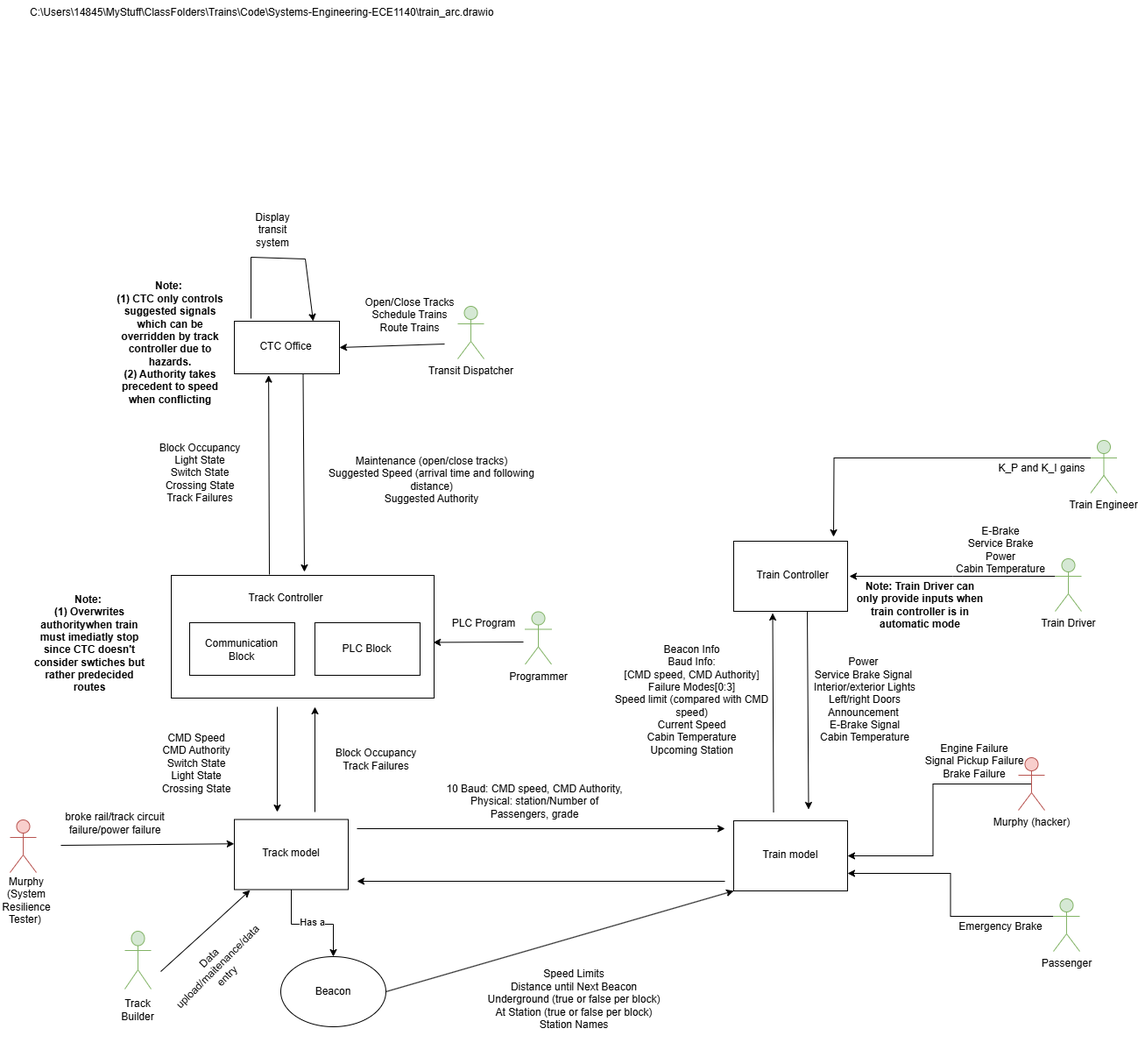
This is Architecture_Group3.png from lao57/Systems-Engineering-ECE1140, a draw.io export, as it was before one commit. Source tidied: cells renumbered, new cells last; positions are measured from the earlier drawing's top-left corner, leaving out a move shared by most shapes.
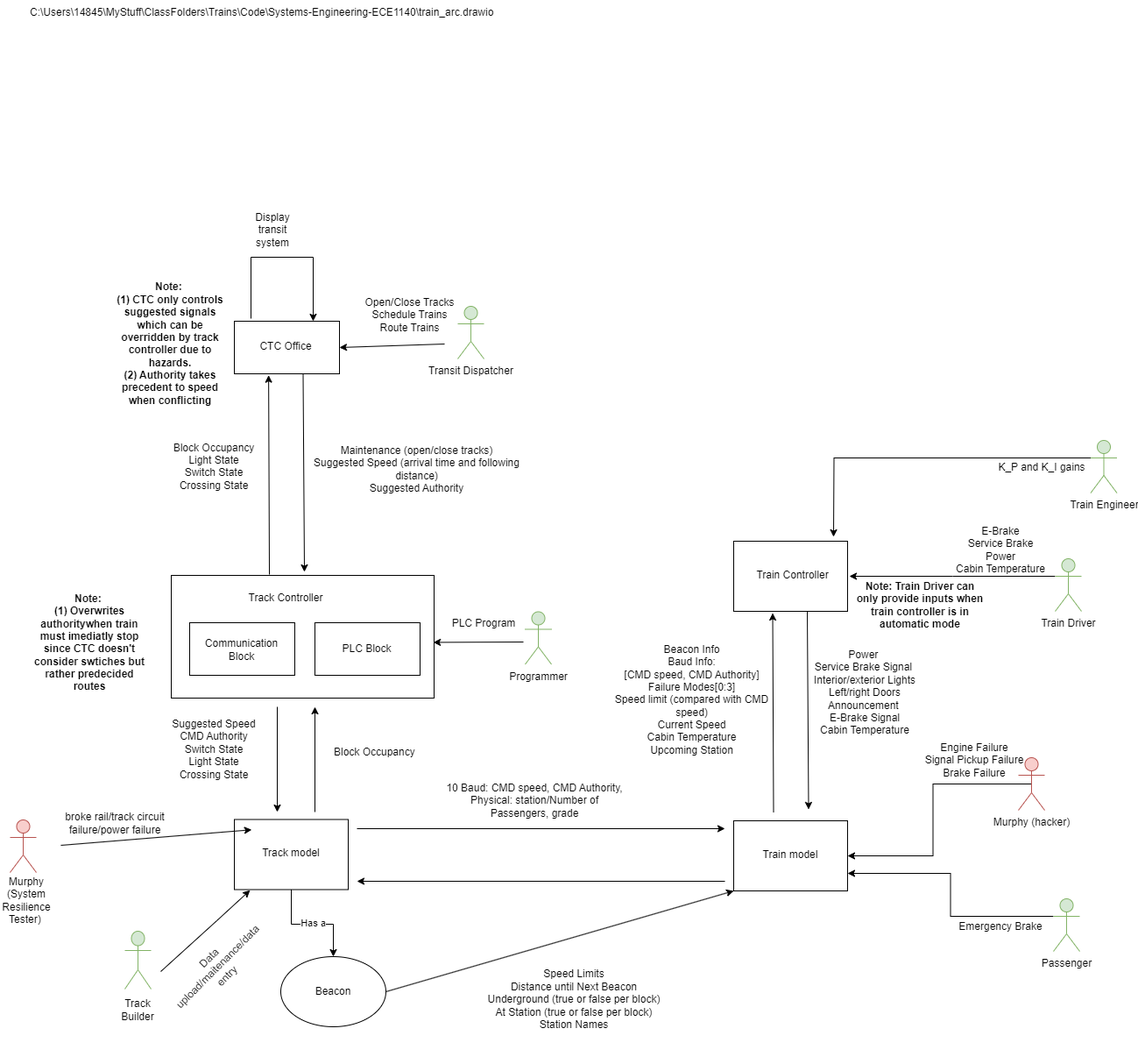
After the commit.

Change to the diagram source:
```diff
@@ -1,4 +1,4 @@
-<mxGraphModel>
+<mxGraphModel background="#ffffff">
   <root>
     <mxCell id="0" />
     <mxCell id="1" parent="0" />
@@ -122,20 +122,20 @@
     <mxCell id="31" value="&lt;div&gt;Beacon Info&lt;/div&gt;&lt;div&gt;Baud Info:&lt;/div&gt;&lt;div&gt;[&lt;span style=&quot;background-color: transparent; color: light-dark(rgb(0, 0, 0), rgb(255, 255, 255));&quot;&gt;CMD speed, CMD Authority]&lt;/span&gt;&lt;/div&gt;&lt;div&gt;Failure Modes[0:3]&lt;/div&gt;&lt;div&gt;Speed limit (compared with CMD speed)&lt;/div&gt;&lt;div&gt;&lt;span style=&quot;background-color: transparent; color: light-dark(rgb(0, 0, 0), rgb(255, 255, 255));&quot;&gt;Current Speed&lt;/span&gt;&lt;/div&gt;&lt;div&gt;Cabin Temperature&lt;span style=&quot;background-color: transparent; color: light-dark(rgb(0, 0, 0), rgb(255, 255, 255));&quot;&gt;&lt;/span&gt;&lt;/div&gt;Upcoming Station" style="text;html=1;align=center;verticalAlign=middle;whiteSpace=wrap;rounded=0;" parent="1" vertex="1">
       <mxGeometry x="694" y="730" width="191" height="136" as="geometry" />
     </mxCell>
-    <mxCell id="32" value="Power&amp;nbsp;&lt;div&gt;Service Brake Signal&amp;nbsp;&lt;/div&gt;&lt;div&gt;Interior/exterior Lights&lt;/div&gt;&lt;div&gt;Left/right Doors&lt;/div&gt;&lt;div&gt;Announcement&amp;nbsp;&lt;/div&gt;&lt;div&gt;E-Brake Signal&lt;/div&gt;&lt;div&gt;Cabin Temperature&lt;/div&gt;" style="text;html=1;align=center;verticalAlign=middle;whiteSpace=wrap;rounded=0;" parent="1" vertex="1">
+    <mxCell id="32" value="Power&amp;nbsp;&lt;div&gt;Service Brake Signal&amp;nbsp;&lt;/div&gt;&lt;div&gt;Interior/exterior Lights&lt;/div&gt;&lt;div&gt;Left/right Doors&lt;/div&gt;&lt;div&gt;Announcement&amp;nbsp;&lt;/div&gt;&lt;div&gt;E-Brake Signal&lt;/div&gt;&lt;div&gt;Cabin Temperature&lt;/div&gt;&lt;div&gt;&lt;br&gt;&lt;/div&gt;" style="text;html=1;align=center;verticalAlign=middle;whiteSpace=wrap;rounded=0;" parent="1" vertex="1">
       <mxGeometry x="912" y="739" width="150" height="117" as="geometry" />
     </mxCell>
     <mxCell id="33" value="Maintenance (open/close tracks)&lt;div&gt;Suggested Speed (arrival time and following distance)&lt;/div&gt;&lt;div&gt;&lt;span style=&quot;background-color: transparent; color: light-dark(rgb(0, 0, 0), rgb(255, 255, 255));&quot;&gt;Suggested Authority&lt;/span&gt;&lt;/div&gt;&lt;div&gt;&lt;br&gt;&lt;/div&gt;&lt;div&gt;&lt;br&gt;&lt;/div&gt;&lt;div&gt;&lt;br&gt;&lt;/div&gt;&lt;div&gt;&lt;br&gt;&lt;/div&gt;" style="text;html=1;align=center;verticalAlign=middle;whiteSpace=wrap;rounded=0;" parent="1" vertex="1">
-      <mxGeometry x="356" y="463" width="273" height="226" as="geometry" />
+      <mxGeometry x="339" y="451" width="273" height="226" as="geometry" />
     </mxCell>
-    <mxCell id="34" value="Block Occupancy&lt;div&gt;Light State&lt;/div&gt;&lt;div&gt;Switch State&lt;/div&gt;&lt;div&gt;Crossing State&lt;/div&gt;&lt;div&gt;Track Failures&lt;/div&gt;" style="text;html=1;align=center;verticalAlign=middle;whiteSpace=wrap;rounded=0;" parent="1" vertex="1">
-      <mxGeometry x="177" y="434" width="102" height="209" as="geometry" />
+    <mxCell id="34" value="Block Occupancy&lt;div&gt;Light State&lt;/div&gt;&lt;div&gt;Switch State&lt;/div&gt;&lt;div&gt;Crossing State&lt;/div&gt;&lt;div&gt;&lt;br&gt;&lt;/div&gt;" style="text;html=1;align=center;verticalAlign=middle;whiteSpace=wrap;rounded=0;" parent="1" vertex="1">
+      <mxGeometry x="177" y="434" width="134" height="209" as="geometry" />
     </mxCell>
-    <mxCell id="35" value="&lt;div&gt;&lt;br&gt;&lt;/div&gt;&lt;div&gt;Block Occupancy&lt;/div&gt;&lt;div&gt;Track Failures&lt;/div&gt;" style="text;html=1;align=center;verticalAlign=middle;whiteSpace=wrap;rounded=0;" parent="1" vertex="1">
+    <mxCell id="35" value="&lt;div&gt;&lt;br&gt;&lt;/div&gt;&lt;div&gt;Block Occupancy&amp;nbsp;&lt;/div&gt;&lt;div&gt;&lt;br&gt;&lt;/div&gt;" style="text;html=1;align=center;verticalAlign=middle;whiteSpace=wrap;rounded=0;" parent="1" vertex="1">
       <mxGeometry x="363" y="790" width="132" height="137" as="geometry" />
     </mxCell>
-    <mxCell id="36" value="CMD Speed&#10;CMD Authority&#10;Switch State&#10;Light State&#10;Crossing State&#10;" style="text;whiteSpace=wrap;align=center;" parent="1" vertex="1">
-      <mxGeometry x="117" y="828" width="214" height="132" as="geometry" />
+    <mxCell id="36" value="Suggested Speed&#10;CMD Authority&#10;Switch State&#10;Light State&#10;Crossing State&#10;" style="text;whiteSpace=wrap;align=center;" parent="1" vertex="1">
+      <mxGeometry x="137" y="812" width="214" height="132" as="geometry" />
     </mxCell>
     <mxCell id="37" style="endArrow=classic;html=1;rounded=0;exitX=1;exitY=0.5;exitDx=0;exitDy=0;entryX=0;entryY=1;entryDx=0;entryDy=0;" parent="1" edge="1" source="38" target="17">
       <mxGeometry relative="1" as="geometry" />
@@ -199,7 +199,7 @@
         <mxPoint x="286" y="363" as="sourcePoint" />
         <Array as="points">
           <mxPoint x="286" y="293" />
-          <mxPoint x="348" y="295" />
+          <mxPoint x="357" y="293" />
         </Array>
       </mxGeometry>
     </mxCell>
```
